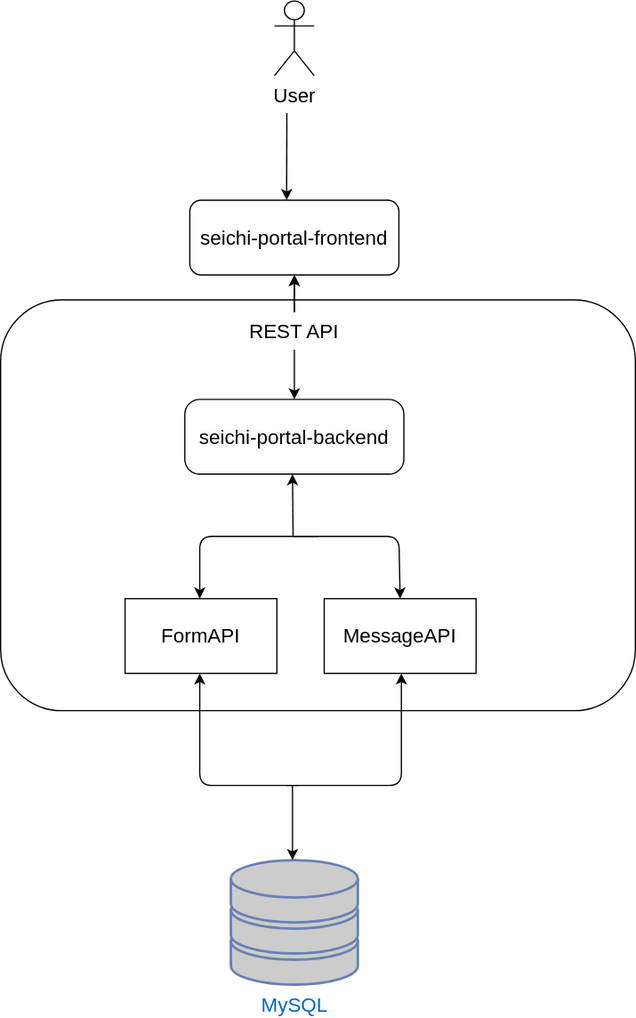
This is docs/overhead-view.drawio.svg from GiganticMinecraft/seichi-portal-backend, a draw.io export, as it was before one commit. Source tidied: cells renumbered, new cells last; positions are measured from the earlier drawing's top-left corner, leaving out a move shared by most shapes.
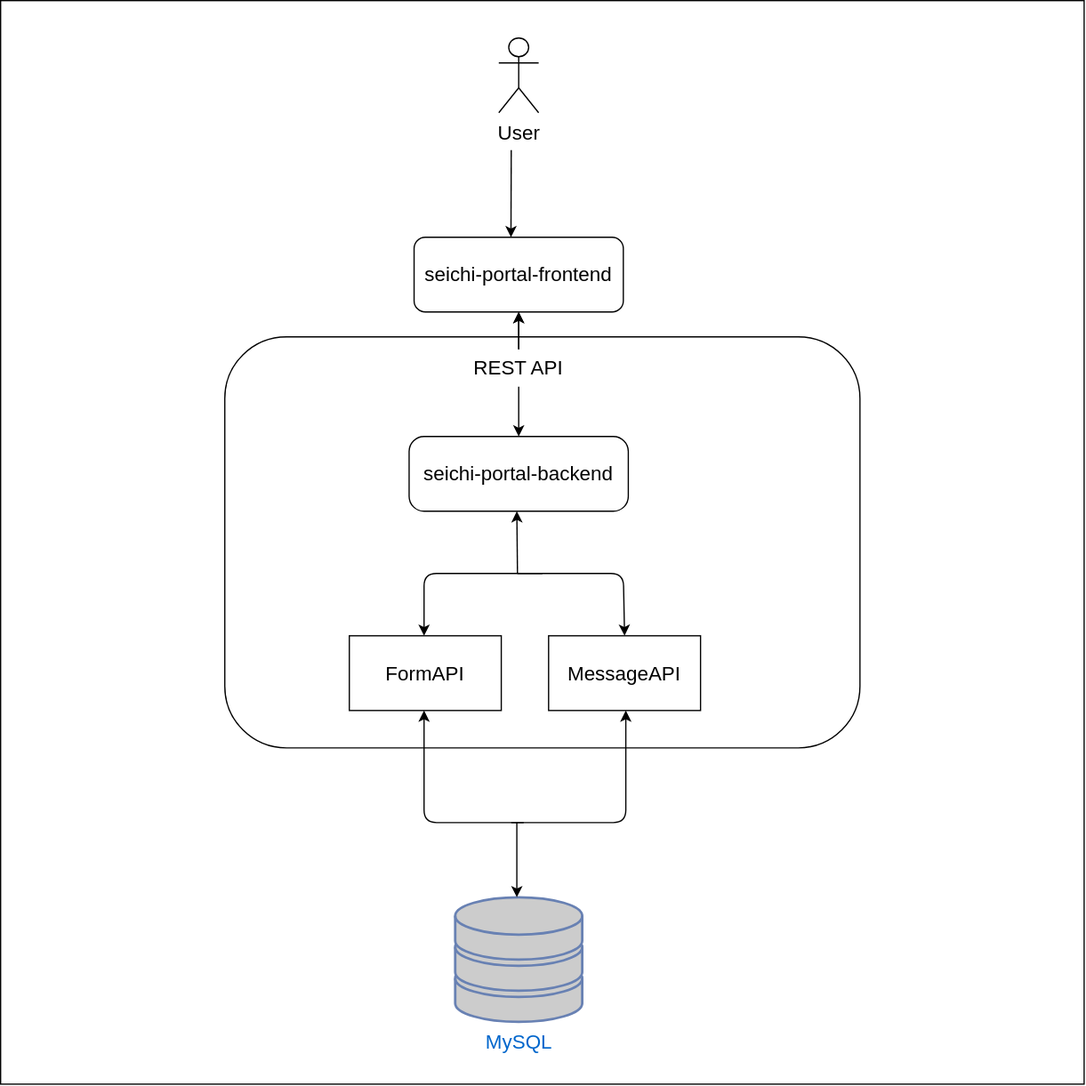
Above is the later version.

Commit message:
docs: overhead-viewに背景を追加する

The edit, as a diff of the source:
```diff
@@ -2,6 +2,9 @@
   <root>
     <mxCell id="0" />
     <mxCell id="1" parent="0" />
+    <mxCell id="20" style="whiteSpace=wrap;html=1;" parent="1" vertex="1">
+      <mxGeometry x="-180" y="-30" width="870" height="870" as="geometry" />
+    </mxCell>
     <mxCell id="2" style="rounded=1;whiteSpace=wrap;html=1;strokeWidth=1;fontSize=16;" parent="1" vertex="1">
       <mxGeometry y="240" width="510" height="330" as="geometry" />
     </mxCell>
```
